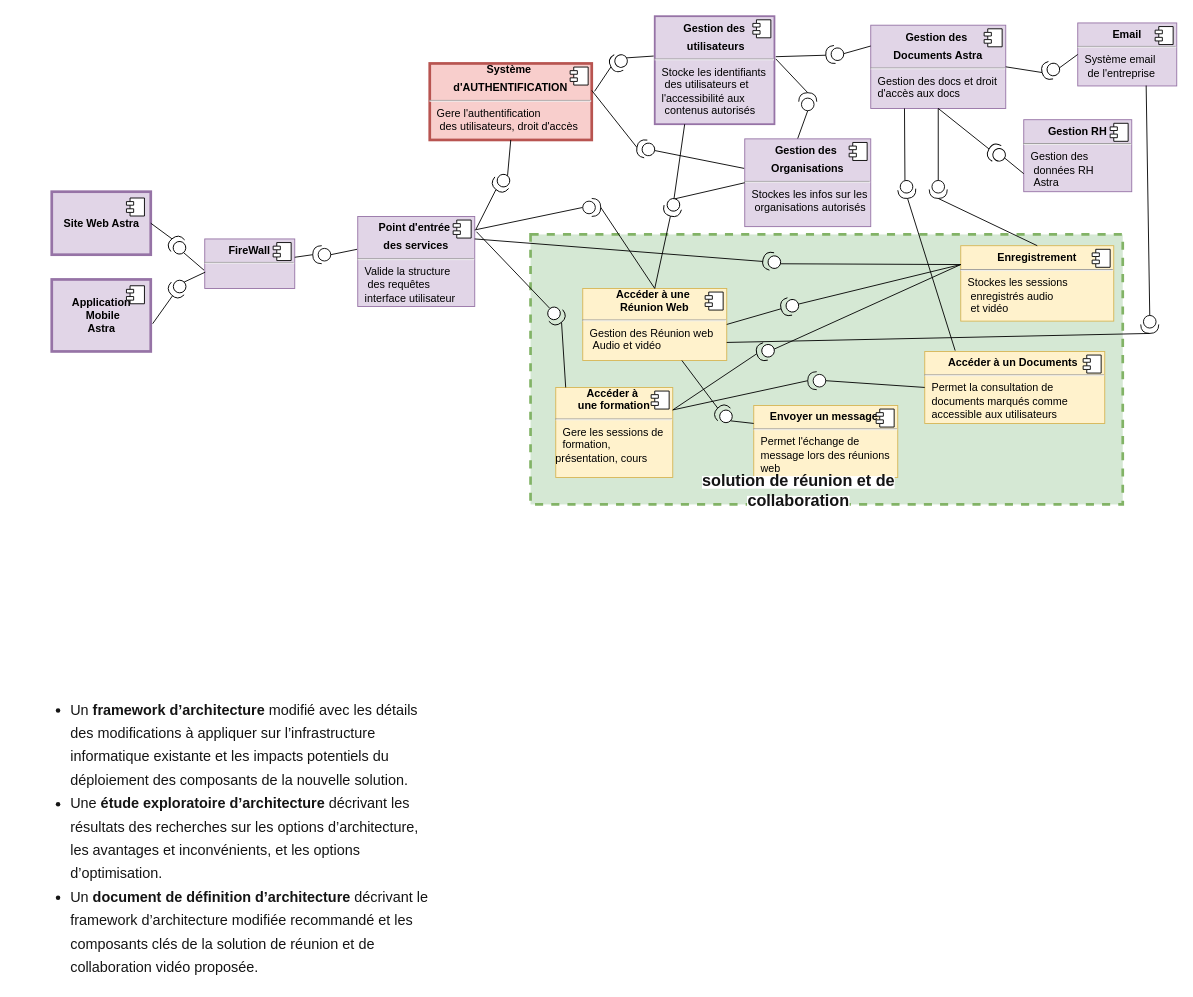
Above: page "Archi_GlobalAstra" (1 of 8) of AstraComponentDiagr.drawio in Lamessolo/ProjetLeadTech (draw.io), before the change. Source tidied: cells renumbered, new cells numbered last; positions are measured from the earlier drawing's top-left corner, leaving out a move shared by most shapes. Both pictures are drawn from the tidied source at 90%, with x=0, y=0 at pixel (15, 16).
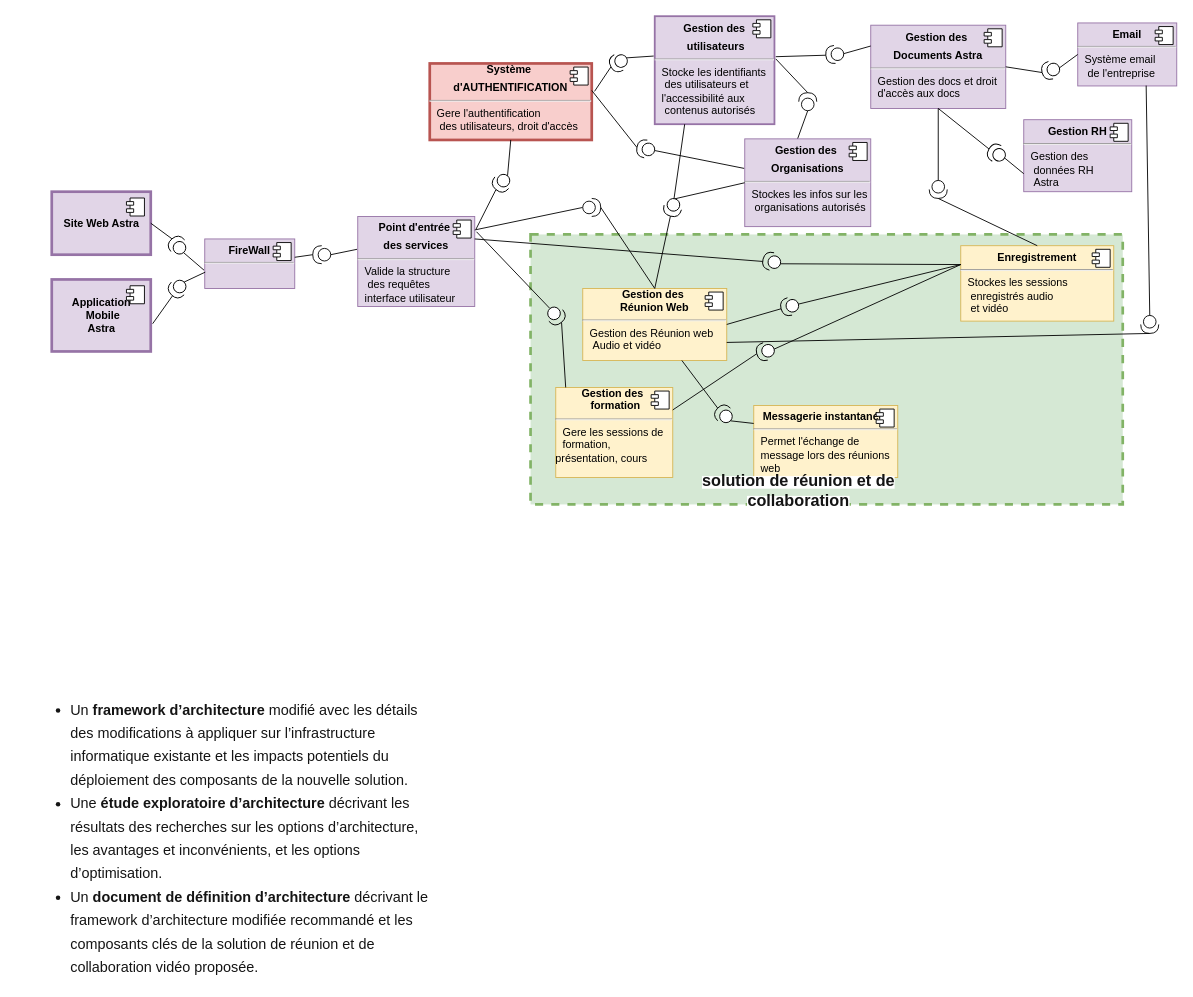
Above is the later version.

Unchanged cells that the change refers to:
```xml
<mxCell id="10" value="&lt;p style=&quot;margin: 0px ; margin-top: 6px ; text-align: center&quot;&gt;&lt;b&gt;Gestion des&amp;nbsp;&lt;/b&gt;&lt;/p&gt;&lt;p style=&quot;margin: 0px ; margin-top: 6px ; text-align: center&quot;&gt;&lt;b&gt;Documents Astra&lt;/b&gt;&lt;/p&gt;&lt;hr&gt;&lt;p style=&quot;margin: 0px ; margin-left: 8px&quot;&gt;Gestion des docs&amp;nbsp;&lt;span&gt;et droit&amp;nbsp;&lt;/span&gt;&lt;/p&gt;&lt;p style=&quot;margin: 0px ; margin-left: 8px&quot;&gt;d'accès aux docs&lt;br&gt;&lt;br&gt;&lt;/p&gt;" style="align=left;overflow=fill;html=1;fillColor=#e1d5e7;strokeColor=#9673a6;" parent="1" vertex="1">
  <mxGeometry x="950" y="9.5" width="150" height="92.5" as="geometry" />
</mxCell>
```

The edit, as a diff of the source:
```diff
@@
-    <mxCell id="31" value="&lt;p style=&quot;margin: 0px ; margin-top: 6px ; text-align: center&quot;&gt;&lt;b&gt;Envoyer un message&amp;nbsp;&lt;/b&gt;&lt;/p&gt;&lt;hr&gt;&lt;p style=&quot;margin: 0px ; margin-left: 8px&quot;&gt;Permet l'échange de&lt;/p&gt;&lt;p style=&quot;margin: 0px ; margin-left: 8px&quot;&gt;message lors des réunions&amp;nbsp;&lt;/p&gt;&lt;p style=&quot;margin: 0px ; margin-left: 8px&quot;&gt;web&lt;span&gt;&amp;nbsp;&lt;/span&gt;&lt;/p&gt;&lt;p style=&quot;margin: 0px ; margin-left: 8px&quot;&gt;&lt;br&gt;&lt;/p&gt;" style="align=left;overflow=fill;html=1;fillColor=#fff2cc;strokeColor=#d6b656;" parent="1" vertex="1">
+    <mxCell id="31" value="&lt;p style=&quot;margin: 0px ; margin-top: 6px ; text-align: center&quot;&gt;&lt;b&gt;Messagerie instantanée&amp;nbsp;&lt;/b&gt;&lt;/p&gt;&lt;hr&gt;&lt;p style=&quot;margin: 0px ; margin-left: 8px&quot;&gt;Permet l'échange de&lt;/p&gt;&lt;p style=&quot;margin: 0px ; margin-left: 8px&quot;&gt;message lors des réunions&amp;nbsp;&lt;/p&gt;&lt;p style=&quot;margin: 0px ; margin-left: 8px&quot;&gt;web&lt;span&gt;&amp;nbsp;&lt;/span&gt;&lt;/p&gt;&lt;p style=&quot;margin: 0px ; margin-left: 8px&quot;&gt;&lt;br&gt;&lt;/p&gt;" style="align=left;overflow=fill;html=1;fillColor=#fff2cc;strokeColor=#d6b656;" parent="1" vertex="1">
       <mxGeometry x="820" y="432" width="160" height="80" as="geometry" />
     </mxCell>
@@
-    <mxCell id="33" value="&lt;div style=&quot;text-align: center&quot;&gt;&lt;b&gt;Accéder à&amp;nbsp;&lt;/b&gt;&lt;/div&gt;&lt;div style=&quot;text-align: center&quot;&gt;&lt;b&gt;une formation&lt;/b&gt;&lt;/div&gt;&lt;hr&gt;&lt;p style=&quot;margin: 0px ; margin-left: 8px&quot;&gt;&lt;span&gt;Gere les sessions&amp;nbsp;&lt;/span&gt;&lt;span&gt;de&lt;/span&gt;&lt;/p&gt;&lt;p style=&quot;margin: 0px ; margin-left: 8px&quot;&gt;&lt;span&gt;formation,&lt;/span&gt;&lt;/p&gt;présentation, cours&lt;p style=&quot;margin: 0px ; margin-left: 8px&quot;&gt;&lt;br&gt;&lt;/p&gt;" style="align=left;overflow=fill;html=1;fillColor=#fff2cc;strokeColor=#d6b656;" parent="1" vertex="1">
+    <mxCell id="33" value="&lt;div style=&quot;text-align: center&quot;&gt;&lt;b&gt;Gestion des&amp;nbsp;&lt;/b&gt;&lt;/div&gt;&lt;div style=&quot;text-align: center&quot;&gt;&lt;b&gt;&amp;nbsp;formation&lt;/b&gt;&lt;/div&gt;&lt;hr&gt;&lt;p style=&quot;margin: 0px ; margin-left: 8px&quot;&gt;&lt;span&gt;Gere les sessions&amp;nbsp;&lt;/span&gt;&lt;span&gt;de&lt;/span&gt;&lt;/p&gt;&lt;p style=&quot;margin: 0px ; margin-left: 8px&quot;&gt;&lt;span&gt;formation,&lt;/span&gt;&lt;/p&gt;présentation, cours&lt;p style=&quot;margin: 0px ; margin-left: 8px&quot;&gt;&lt;br&gt;&lt;/p&gt;" style="align=left;overflow=fill;html=1;fillColor=#fff2cc;strokeColor=#d6b656;" parent="1" vertex="1">
       <mxGeometry x="600" y="412" width="130" height="100" as="geometry" />
     </mxCell>
@@
-    <mxCell id="35" value="&lt;div style=&quot;text-align: center&quot;&gt;&lt;span&gt;&lt;b&gt;Accéder à une&amp;nbsp;&lt;/b&gt;&lt;/span&gt;&lt;/div&gt;&lt;div style=&quot;text-align: center&quot;&gt;&lt;span&gt;&lt;b&gt;Réunion&lt;/b&gt;&lt;/span&gt;&lt;b&gt;&amp;nbsp;Web&lt;/b&gt;&lt;/div&gt;&lt;hr&gt;&lt;p style=&quot;margin: 0px ; margin-left: 8px&quot;&gt;Gestion des Réunion web&lt;/p&gt;&lt;p style=&quot;margin: 0px ; margin-left: 8px&quot;&gt;&amp;nbsp;Audio&amp;nbsp;&lt;span&gt;et vidéo&amp;nbsp;&lt;/span&gt;&lt;/p&gt;&lt;p style=&quot;margin: 0px ; margin-left: 8px&quot;&gt;&lt;br&gt;&lt;/p&gt;" style="align=left;overflow=fill;html=1;fillColor=#fff2cc;strokeColor=#d6b656;" parent="1" vertex="1">
+    <mxCell id="35" value="&lt;div style=&quot;text-align: center&quot;&gt;&lt;span&gt;&lt;b&gt;Gestion des&amp;nbsp;&lt;/b&gt;&lt;/span&gt;&lt;/div&gt;&lt;div style=&quot;text-align: center&quot;&gt;&lt;span&gt;&lt;b&gt;Réunion&lt;/b&gt;&lt;/span&gt;&lt;b&gt;&amp;nbsp;Web&lt;/b&gt;&lt;/div&gt;&lt;hr&gt;&lt;p style=&quot;margin: 0px ; margin-left: 8px&quot;&gt;Gestion des Réunion web&lt;/p&gt;&lt;p style=&quot;margin: 0px ; margin-left: 8px&quot;&gt;&amp;nbsp;Audio&amp;nbsp;&lt;span&gt;et vidéo&amp;nbsp;&lt;/span&gt;&lt;/p&gt;&lt;p style=&quot;margin: 0px ; margin-left: 8px&quot;&gt;&lt;br&gt;&lt;/p&gt;" style="align=left;overflow=fill;html=1;fillColor=#fff2cc;strokeColor=#d6b656;" parent="1" vertex="1">
       <mxGeometry x="630" y="302" width="160" height="80" as="geometry" />
     </mxCell>
@@
-    <mxCell id="84" style="shape=providedRequiredInterface;html=1;verticalLabelPosition=bottom;rotation=-180;" parent="1" vertex="1">
-      <mxGeometry x="880" y="394.5" width="20" height="20" as="geometry" />
-    </mxCell>
-    <mxCell id="85" style="endArrow=none;html=1;entryX=0.25;entryY=1;entryDx=0;entryDy=0;" parent="1" edge="1" target="10">
-      <mxGeometry relative="1" as="geometry">
-        <mxPoint x="988" y="182" as="sourcePoint" />
-      </mxGeometry>
-    </mxCell>
-    <mxCell id="86" style="endArrow=none;html=1;exitX=1;exitY=0.5;exitDx=0;exitDy=0;exitPerimeter=0;entryX=1;entryY=0.25;entryDx=0;entryDy=0;" parent="1" edge="1" source="84" target="33">
-      <mxGeometry relative="1" as="geometry" />
-    </mxCell>
@@
-    <mxCell id="90" value="&lt;p style=&quot;margin: 0px ; margin-top: 6px ; text-align: center&quot;&gt;&lt;b&gt;Accéder à un&lt;/b&gt;&lt;b&gt;&amp;nbsp;Documents&amp;nbsp;&lt;/b&gt;&lt;/p&gt;&lt;hr&gt;&lt;p style=&quot;margin: 0px ; margin-left: 8px&quot;&gt;Permet la consultation de&lt;/p&gt;&lt;p style=&quot;margin: 0px ; margin-left: 8px&quot;&gt;documents marqués comme&lt;/p&gt;&lt;p style=&quot;margin: 0px ; margin-left: 8px&quot;&gt;accessible aux utilisateurs&lt;/p&gt;&lt;p style=&quot;margin: 0px ; margin-left: 8px&quot;&gt;&lt;br&gt;&lt;/p&gt;" style="align=left;overflow=fill;html=1;fillColor=#fff2cc;strokeColor=#d6b656;" parent="1" vertex="1">
-      <mxGeometry x="1010" y="372" width="200" height="80" as="geometry" />
-    </mxCell>
-    <mxCell id="91" style="shape=component;jettyWidth=8;jettyHeight=4;" parent="90" vertex="1">
-      <mxGeometry x="1" width="20" height="20" relative="1" as="geometry">
-        <mxPoint x="-24" y="4" as="offset" />
-      </mxGeometry>
-    </mxCell>
-    <mxCell id="92" style="endArrow=none;html=1;exitX=0;exitY=0.5;exitDx=0;exitDy=0;exitPerimeter=0;entryX=0;entryY=0.5;entryDx=0;entryDy=0;" parent="1" edge="1" source="84" target="90">
-      <mxGeometry relative="1" as="geometry" />
-    </mxCell>
-    <mxCell id="93" style="shape=providedRequiredInterface;html=1;verticalLabelPosition=bottom;rotation=85;" parent="1" vertex="1">
-      <mxGeometry x="980" y="182" width="20" height="20" as="geometry" />
-    </mxCell>
-    <mxCell id="94" style="endArrow=none;html=1;entryX=1;entryY=0.5;entryDx=0;entryDy=0;entryPerimeter=0;exitX=0.169;exitY=-0.012;exitDx=0;exitDy=0;exitPerimeter=0;" parent="1" edge="1" source="90" target="93">
-      <mxGeometry relative="1" as="geometry" />
-    </mxCell>
```
